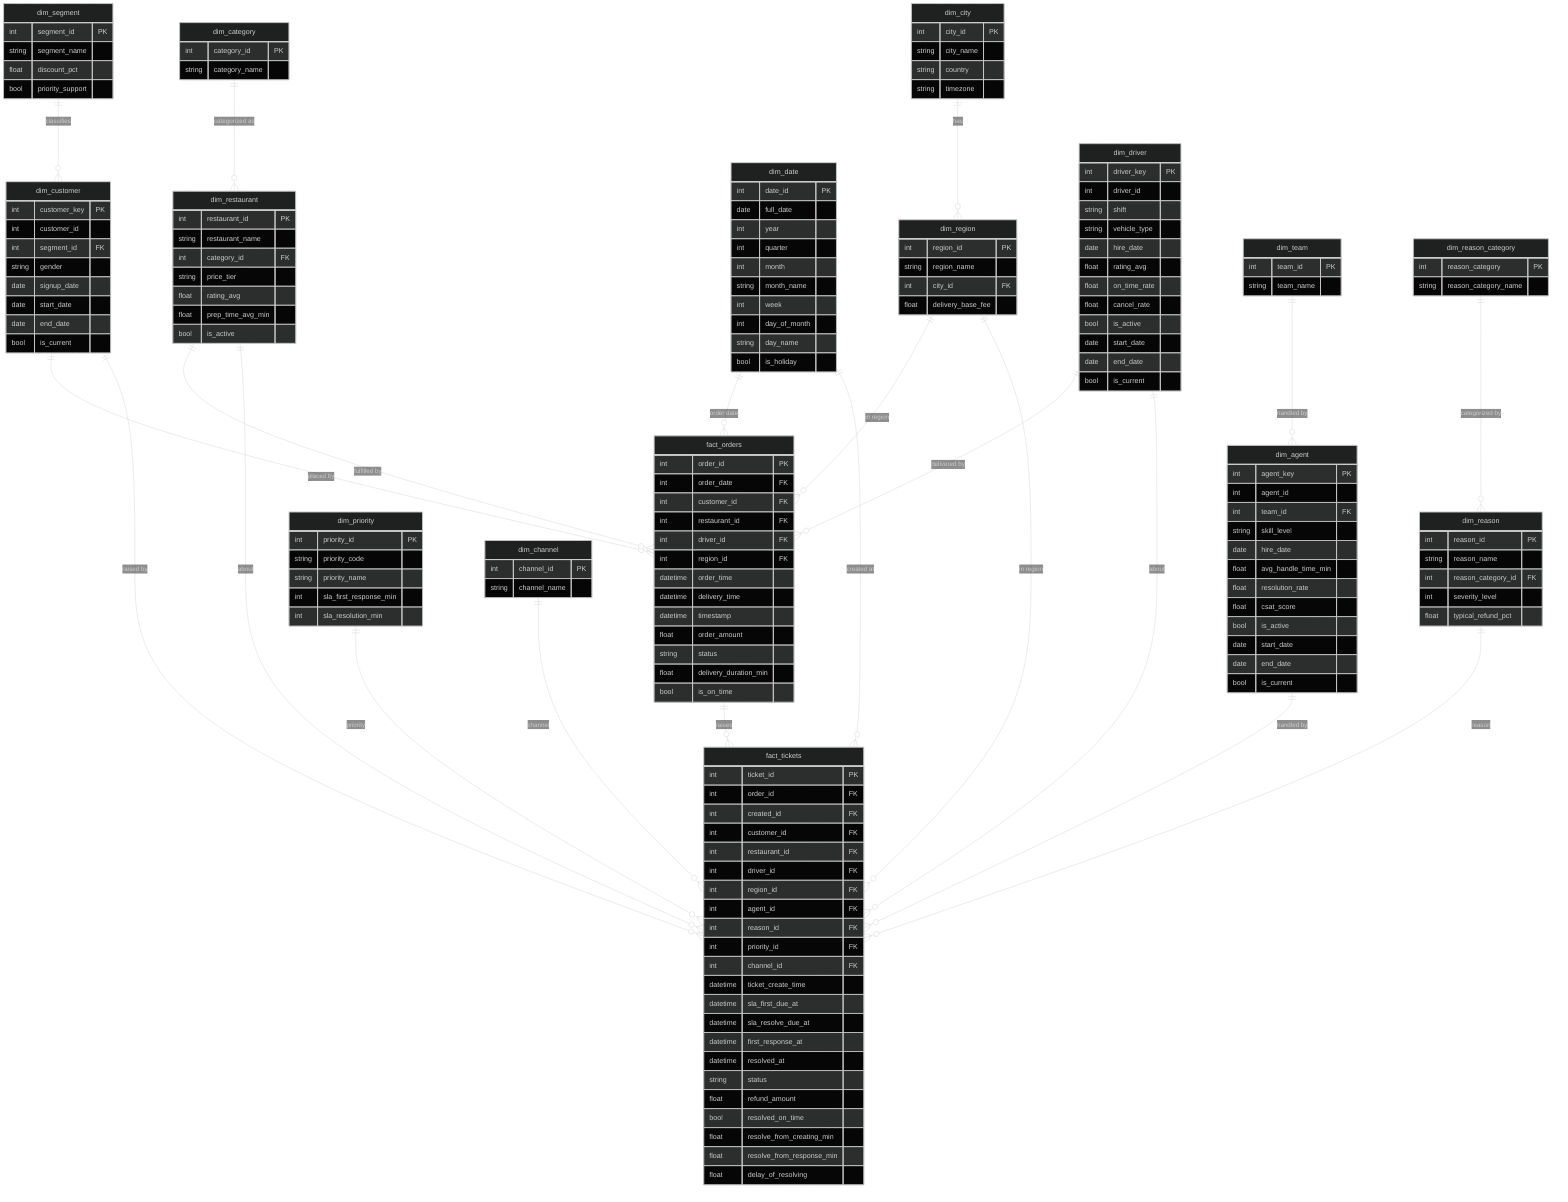
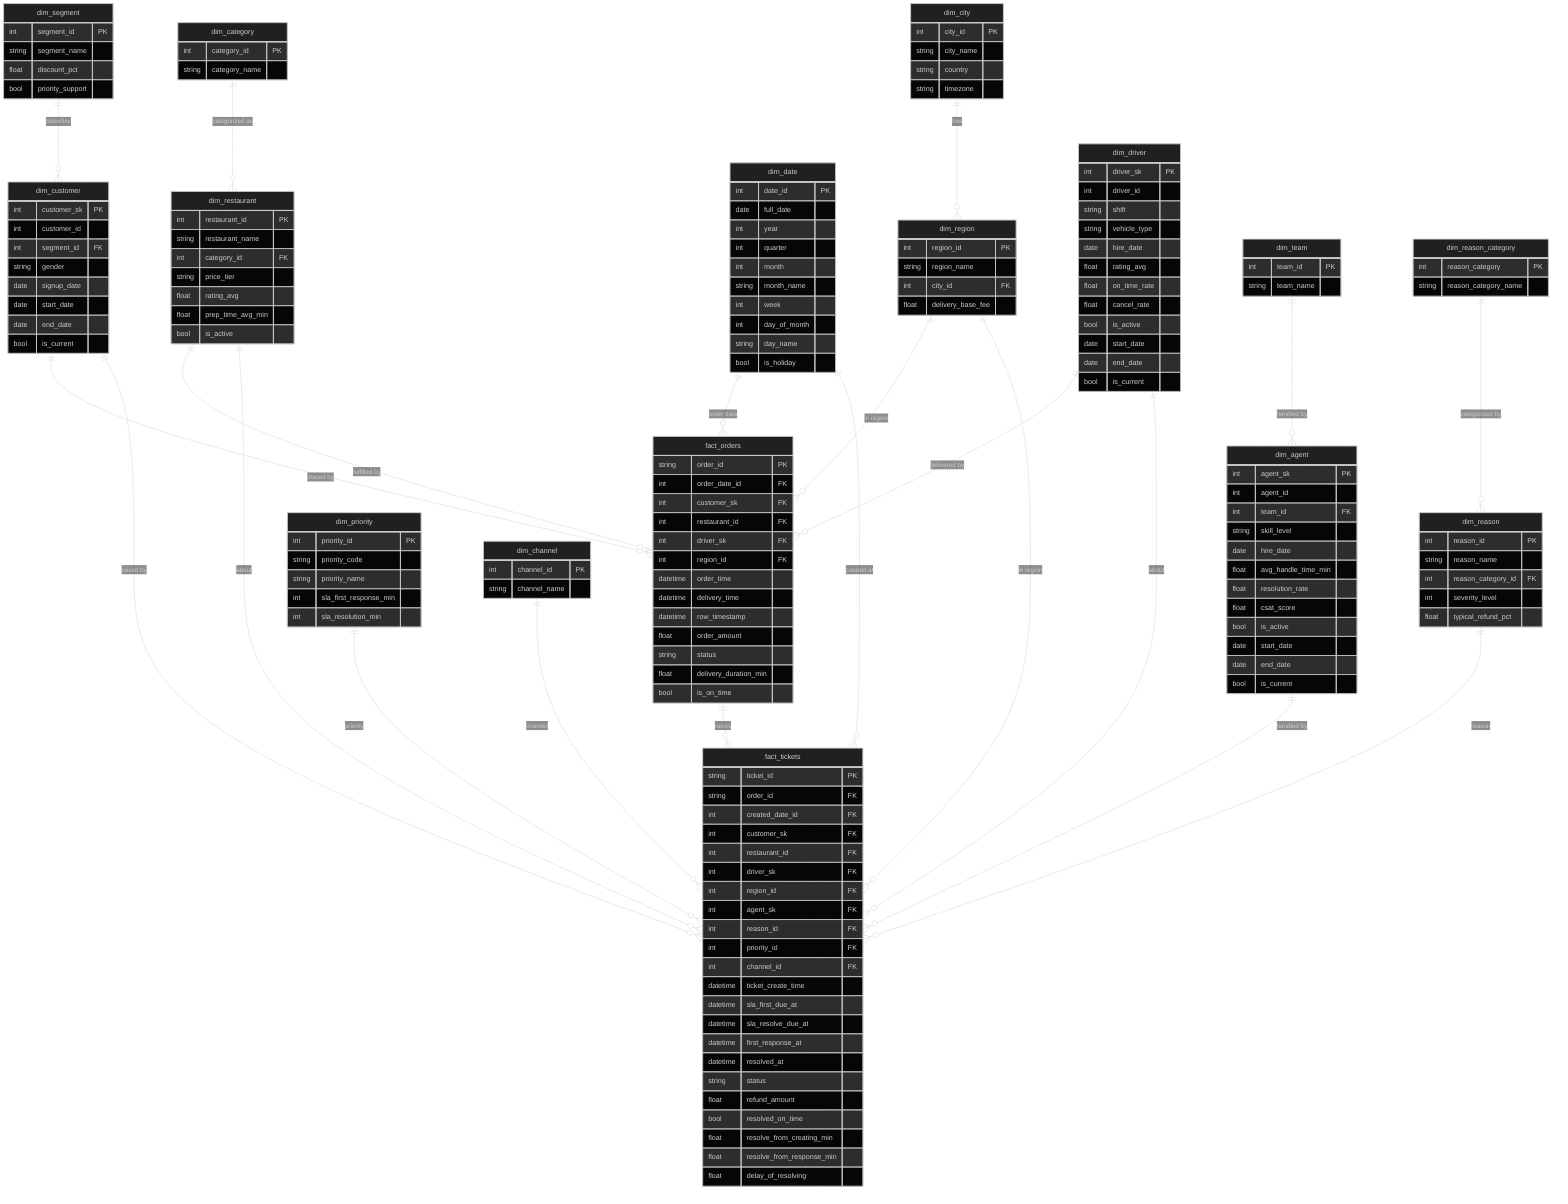
---
config:
  theme: dark
---
erDiagram

    dim_city {
        int     city_id       PK
        string  city_name
        string  country
        string  timezone
    }

    dim_region {
        int     region_id          PK
        string  region_name
        int     city_id            FK
        float   delivery_base_fee
    }

    dim_segment {
        int     segment_id        PK
        string  segment_name
        float   discount_pct
        bool    priority_support
    }

    dim_customer {
-         int     customer_key  PK
+         int     customer_sk  PK
        int     customer_id
        int     segment_id    FK
        string  gender
        date    signup_date
        date    start_date
        date    end_date
        bool    is_current
    }

    dim_date {
        int     date_id       PK
        date    full_date
        int     year
        int     quarter
        int     month
        string  month_name
        int     week
        int     day_of_month
        string  day_name
        bool    is_holiday
    }

    dim_category {
        int     category_id           PK
        string  category_name
    }

    dim_restaurant {
        int     restaurant_id      PK
        string  restaurant_name
        int     category_id        FK
        string  price_tier
        float   rating_avg
        float   prep_time_avg_min
        bool    is_active
    }

    dim_driver {
-         int     driver_key     PK
+         int     driver_sk     PK
        int     driver_id
        string  shift
        string  vehicle_type
        date    hire_date
        float   rating_avg
        float   on_time_rate
        float   cancel_rate
        bool    is_active
        date    start_date
        date    end_date
        bool    is_current
    }

    dim_team {
        int     team_id           PK
        string  team_name
    }

    dim_agent {
-         int     agent_key            PK
+         int     agent_sk            PK
        int     agent_id
        int     team_id              FK
        string  skill_level
        date    hire_date
        float   avg_handle_time_min
        float   resolution_rate
        float   csat_score
        bool    is_active
        date    start_date
        date    end_date
        bool    is_current
    }

    dim_reason_category {
        int     reason_category       PK
        string  reason_category_name
    }

    dim_reason {
        int     reason_id             PK
        string  reason_name
        int     reason_category_id    FK
        int     severity_level
        float   typical_refund_pct
    }

    dim_priority {
        int     priority_id            PK
        string  priority_code
        string  priority_name
        int     sla_first_response_min
        int     sla_resolution_min
    }

    dim_channel {
        int     channel_id            PK
        string  channel_name
    }

    fact_orders {
-         int      order_id              PK
-         int      order_date            FK
-         int      customer_id           FK
+         string   order_id              PK
+         int      order_date_id         FK
+         int      customer_sk           FK
        int      restaurant_id         FK
-         int      driver_id             FK
+         int      driver_sk             FK
        int      region_id             FK
        datetime order_time
        datetime delivery_time
-         datetime timestamp
+         datetime row_timestamp
        float    order_amount
        string   status
        float    delivery_duration_min
        bool     is_on_time
    }

    fact_tickets {
-         int      ticket_id                    PK
-         int      order_id                     FK
-         int      created_id                   FK
-         int      customer_id                  FK
+         string   ticket_id                    PK
+         string   order_id                     FK
+         int      created_date_id              FK
+         int      customer_sk                  FK
        int      restaurant_id                FK
-         int      driver_id                    FK
+         int      driver_sk                    FK
        int      region_id                    FK
-         int      agent_id                     FK
+         int      agent_sk                     FK
        int      reason_id                    FK
        int      priority_id                  FK
        int      channel_id                   FK
        datetime ticket_create_time
        datetime sla_first_due_at
        datetime sla_resolve_due_at
        datetime first_response_at
        datetime resolved_at
        string   status
        float    refund_amount
        bool     resolved_on_time
        float    resolve_from_creating_min
        float    resolve_from_response_min
        float    delay_of_resolving
    }

    dim_city            ||--o{ dim_region      : "has"
    dim_segment         ||--o{ dim_customer    : "classifies"
    dim_category        ||--o{ dim_restaurant  : "categorized as"
    dim_team            ||--o{ dim_agent       : "handled by"
    dim_reason_category ||--o{ dim_reason      : "categorized by"

    dim_date        ||--o{ fact_orders     : "order date"
    dim_customer    ||--o{ fact_orders     : "placed by"
    dim_restaurant  ||--o{ fact_orders     : "fulfilled by"
    dim_driver      ||--o{ fact_orders     : "delivered by"
    dim_region      ||--o{ fact_orders     : "in region"

    fact_orders     ||--o{ fact_tickets    : "raises"
    dim_date        ||--o{ fact_tickets    : "created at"
    dim_customer    ||--o{ fact_tickets    : "raised by"
    dim_restaurant  ||--o{ fact_tickets    : "about"
    dim_driver      ||--o{ fact_tickets    : "about"
    dim_region      ||--o{ fact_tickets    : "in region"
    dim_agent       ||--o{ fact_tickets    : "handled by"
    dim_reason      ||--o{ fact_tickets    : "reason"
    dim_priority    ||--o{ fact_tickets    : "priority"
    dim_channel     ||--o{ fact_tickets    : "channel"